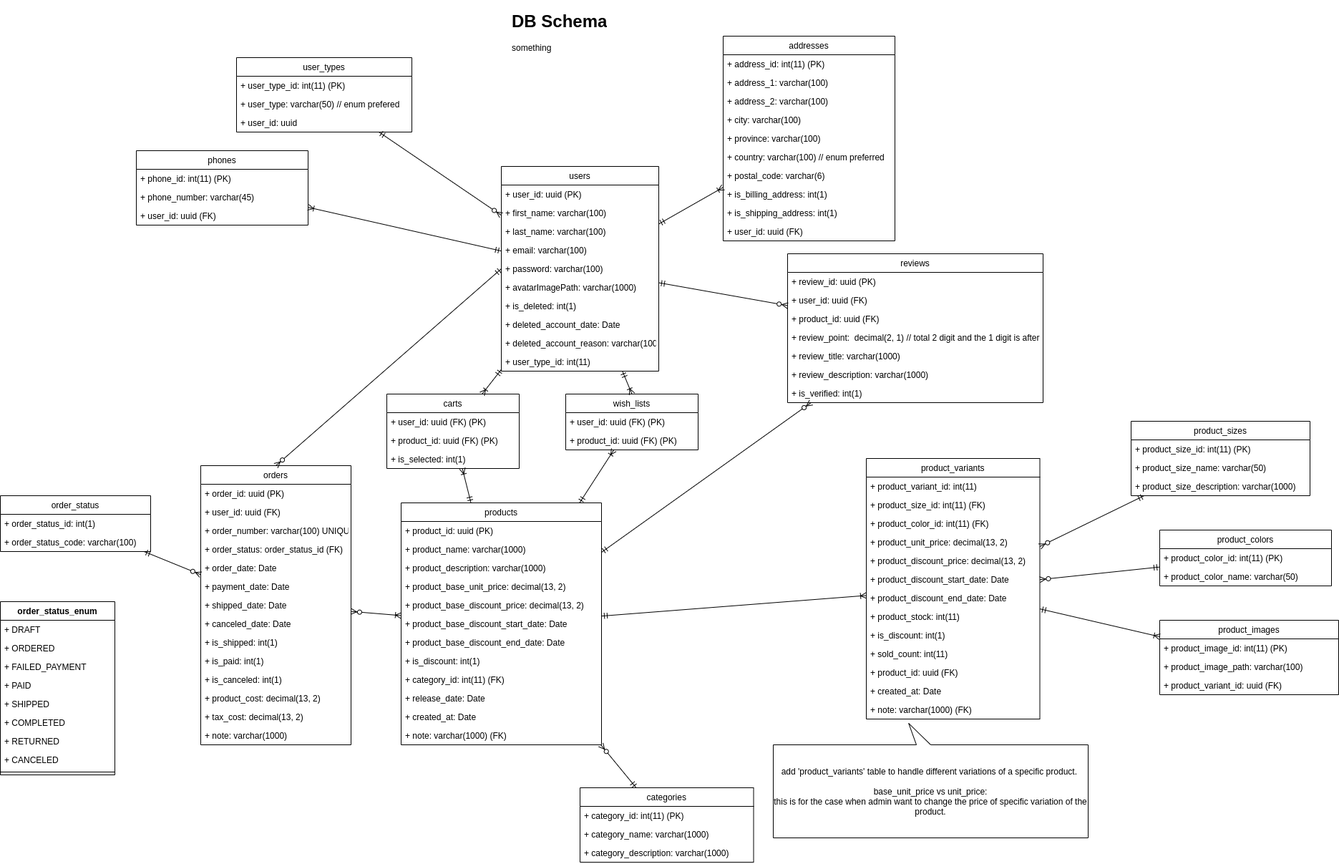
This is db-design.png from stsiwo/e-commerce-starter-kits, a draw.io export, as it was before one commit. Source tidied: cells renumbered, new cells last; positions are measured from the earlier drawing's top-left corner, leaving out a move shared by most shapes.
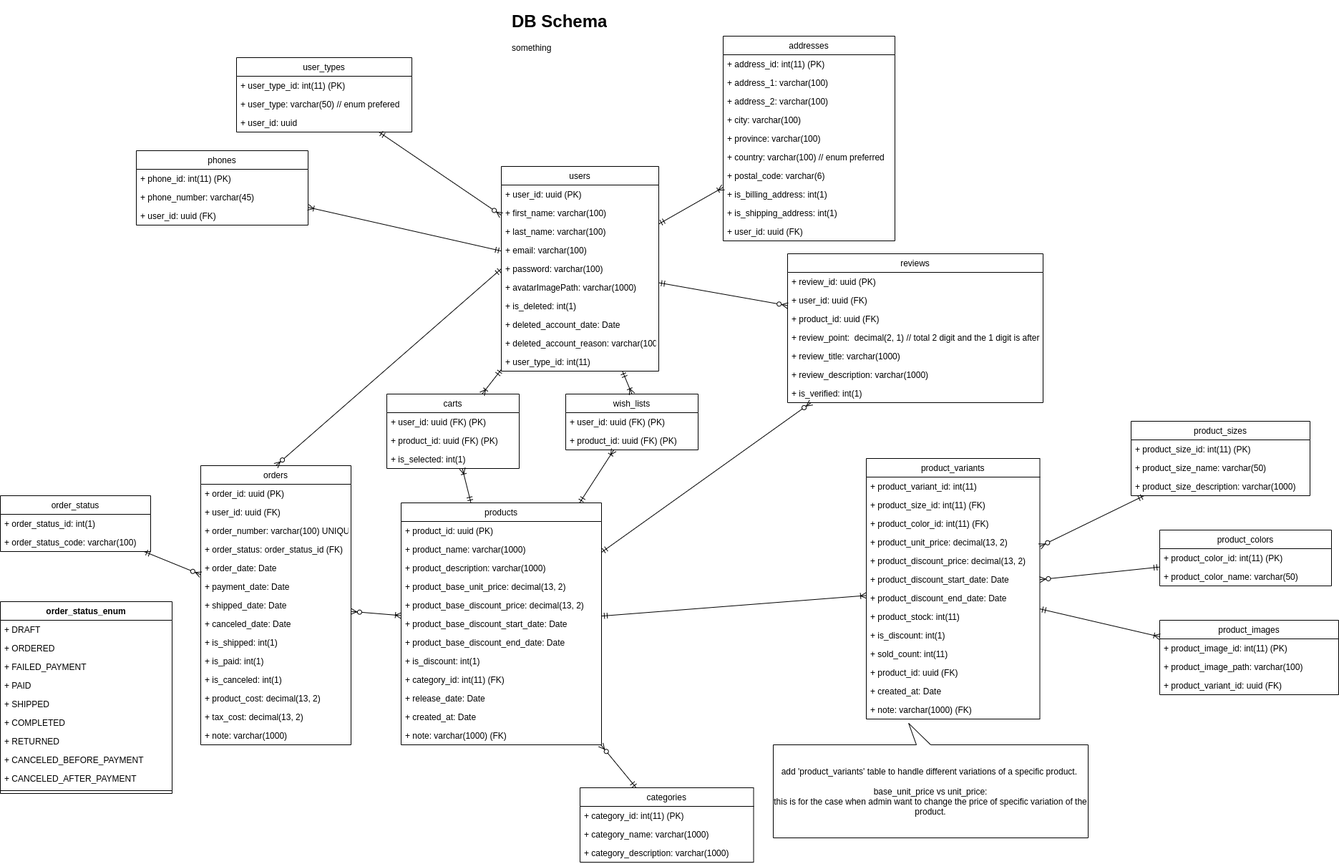
Above is the later version.

What changed in the source:
```diff
@@ -375,34 +375,37 @@
       <mxGeometry y="78" width="185" height="26" as="geometry" />
     </mxCell>
     <mxCell id="126" value="order_status_enum" style="swimlane;fontStyle=1;align=center;verticalAlign=top;horizontal=1;startSize=26;" parent="1" vertex="1">
-      <mxGeometry y="830" width="160" height="242" as="geometry" />
+      <mxGeometry y="830" width="240" height="268" as="geometry" />
     </mxCell>
     <mxCell id="127" value="+ DRAFT" style="text;strokeColor=none;fillColor=none;align=left;verticalAlign=top;spacingLeft=4;spacingRight=4;overflow=hidden;" parent="126" vertex="1">
-      <mxGeometry y="26" width="160" height="26" as="geometry" />
+      <mxGeometry y="26" width="240" height="26" as="geometry" />
     </mxCell>
     <mxCell id="128" value="+ ORDERED" style="text;strokeColor=none;fillColor=none;align=left;verticalAlign=top;spacingLeft=4;spacingRight=4;overflow=hidden;" parent="126" vertex="1">
-      <mxGeometry y="52" width="160" height="26" as="geometry" />
+      <mxGeometry y="52" width="240" height="26" as="geometry" />
     </mxCell>
     <mxCell id="129" value="+ FAILED_PAYMENT" style="text;strokeColor=none;fillColor=none;align=left;verticalAlign=top;spacingLeft=4;spacingRight=4;overflow=hidden;" parent="126" vertex="1">
-      <mxGeometry y="78" width="160" height="26" as="geometry" />
+      <mxGeometry y="78" width="240" height="26" as="geometry" />
     </mxCell>
     <mxCell id="130" value="+ PAID" style="text;strokeColor=none;fillColor=none;align=left;verticalAlign=top;spacingLeft=4;spacingRight=4;overflow=hidden;" parent="126" vertex="1">
-      <mxGeometry y="104" width="160" height="26" as="geometry" />
+      <mxGeometry y="104" width="240" height="26" as="geometry" />
     </mxCell>
     <mxCell id="131" value="+ SHIPPED" style="text;strokeColor=none;fillColor=none;align=left;verticalAlign=top;spacingLeft=4;spacingRight=4;overflow=hidden;" parent="126" vertex="1">
-      <mxGeometry y="130" width="160" height="26" as="geometry" />
+      <mxGeometry y="130" width="240" height="26" as="geometry" />
     </mxCell>
     <mxCell id="132" value="+ COMPLETED" style="text;strokeColor=none;fillColor=none;align=left;verticalAlign=top;spacingLeft=4;spacingRight=4;overflow=hidden;" parent="126" vertex="1">
-      <mxGeometry y="156" width="160" height="26" as="geometry" />
+      <mxGeometry y="156" width="240" height="26" as="geometry" />
     </mxCell>
     <mxCell id="133" value="+ RETURNED" style="text;strokeColor=none;fillColor=none;align=left;verticalAlign=top;spacingLeft=4;spacingRight=4;overflow=hidden;" parent="126" vertex="1">
-      <mxGeometry y="182" width="160" height="26" as="geometry" />
+      <mxGeometry y="182" width="240" height="26" as="geometry" />
     </mxCell>
-    <mxCell id="134" value="+ CANCELED" style="text;strokeColor=none;fillColor=none;align=left;verticalAlign=top;spacingLeft=4;spacingRight=4;overflow=hidden;" parent="126" vertex="1">
-      <mxGeometry y="208" width="160" height="26" as="geometry" />
+    <mxCell id="134" value="+ CANCELED_BEFORE_PAYMENT" style="text;strokeColor=none;fillColor=none;align=left;verticalAlign=top;spacingLeft=4;spacingRight=4;overflow=hidden;" parent="126" vertex="1">
+      <mxGeometry y="208" width="240" height="26" as="geometry" />
     </mxCell>
+    <mxCell id="136" value="+ CANCELED_AFTER_PAYMENT" style="text;strokeColor=none;fillColor=none;align=left;verticalAlign=top;spacingLeft=4;spacingRight=4;overflow=hidden;" parent="126" vertex="1">
+      <mxGeometry y="234" width="240" height="26" as="geometry" />
+    </mxCell>
     <mxCell id="135" style="line;strokeWidth=1;fillColor=none;align=left;verticalAlign=middle;spacingTop=-1;spacingLeft=3;spacingRight=3;labelPosition=right;" parent="126" vertex="1">
-      <mxGeometry y="234" width="160" height="8" as="geometry" />
+      <mxGeometry y="260" width="240" height="8" as="geometry" />
     </mxCell>
   </root>
 </mxGraphModel>
```
